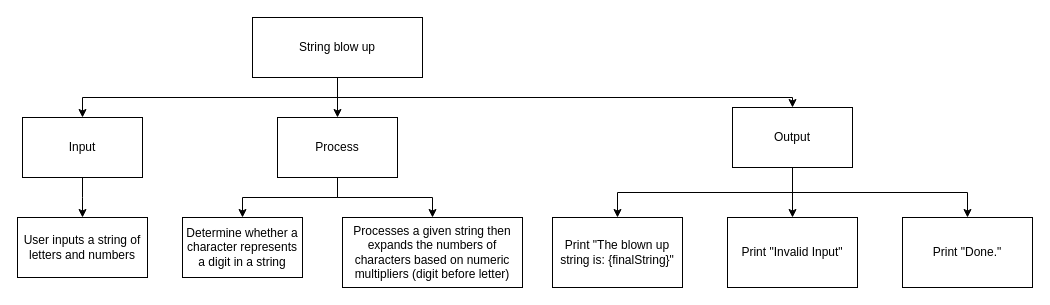
Before: design/topdown.drawio in evan-beaudoin99/ICS4U-Assignment2, a draw.io diagram. Source tidied: cells renumbered, new cells numbered last; positions are measured from the earlier drawing's top-left corner, leaving out a move shared by most shapes. Both pictures are drawn from the tidied source at 100%, with x=0, y=0 at pixel (17, 17).
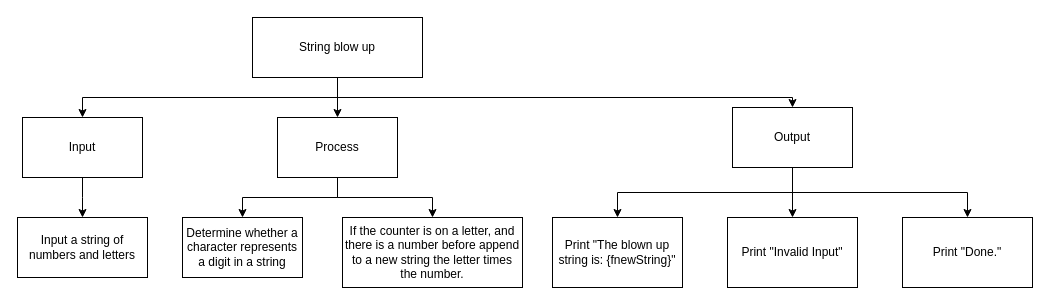
After the change.

What changed in the source:
```diff
@@
-    <mxCell id="15" value="User inputs a string of letters and numbers" style="rounded=0;whiteSpace=wrap;html=1;" parent="1" vertex="1">
+    <mxCell id="15" value="Input a string of numbers and letters" style="rounded=0;whiteSpace=wrap;html=1;" parent="1" vertex="1">
       <mxGeometry y="200" width="130" height="60" as="geometry" />
     </mxCell>
@@
-    <mxCell id="17" value="Processes a given string then expands the numbers of characters based on numeric multipliers (digit before letter)" style="rounded=0;whiteSpace=wrap;html=1;" parent="1" vertex="1">
+    <mxCell id="17" value="If the counter is on a letter, and there is a number before append to a new string the letter times the number." style="rounded=0;whiteSpace=wrap;html=1;" parent="1" vertex="1">
       <mxGeometry x="325" y="200" width="180" height="70" as="geometry" />
     </mxCell>
-    <mxCell id="18" value="Print &quot;The blown up string is: {finalString}&quot;" style="rounded=0;whiteSpace=wrap;html=1;" parent="1" vertex="1">
+    <mxCell id="18" value="Print &quot;The blown up string is: {fnewString}&quot;" style="rounded=0;whiteSpace=wrap;html=1;" parent="1" vertex="1">
       <mxGeometry x="535" y="200" width="130" height="70" as="geometry" />
     </mxCell>
```
